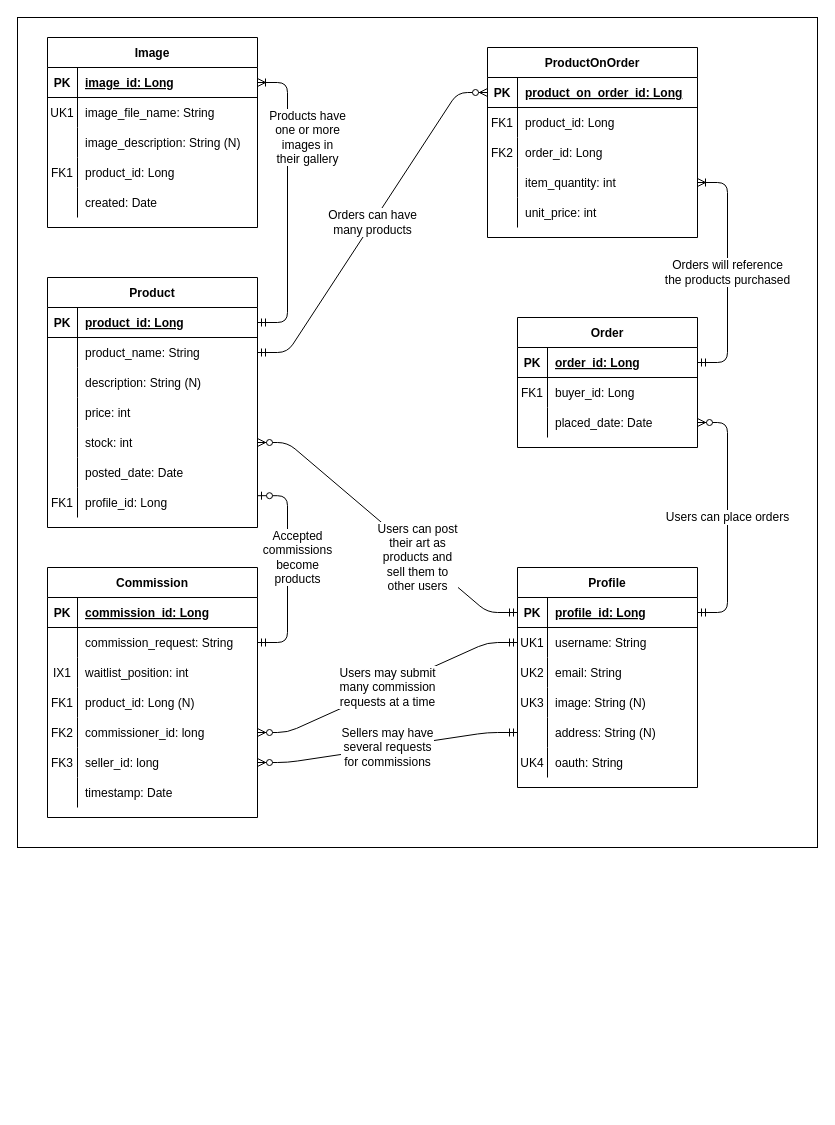
Before: docs/work/erd.drawio in albuquirky/albuquirky.github.io, a draw.io diagram. Source tidied: cells renumbered, new cells numbered last; positions are measured from the earlier drawing's top-left corner, leaving out a move shared by most shapes. Both pictures are drawn from the tidied source at 100%, with x=0, y=0 at pixel (17, 17).
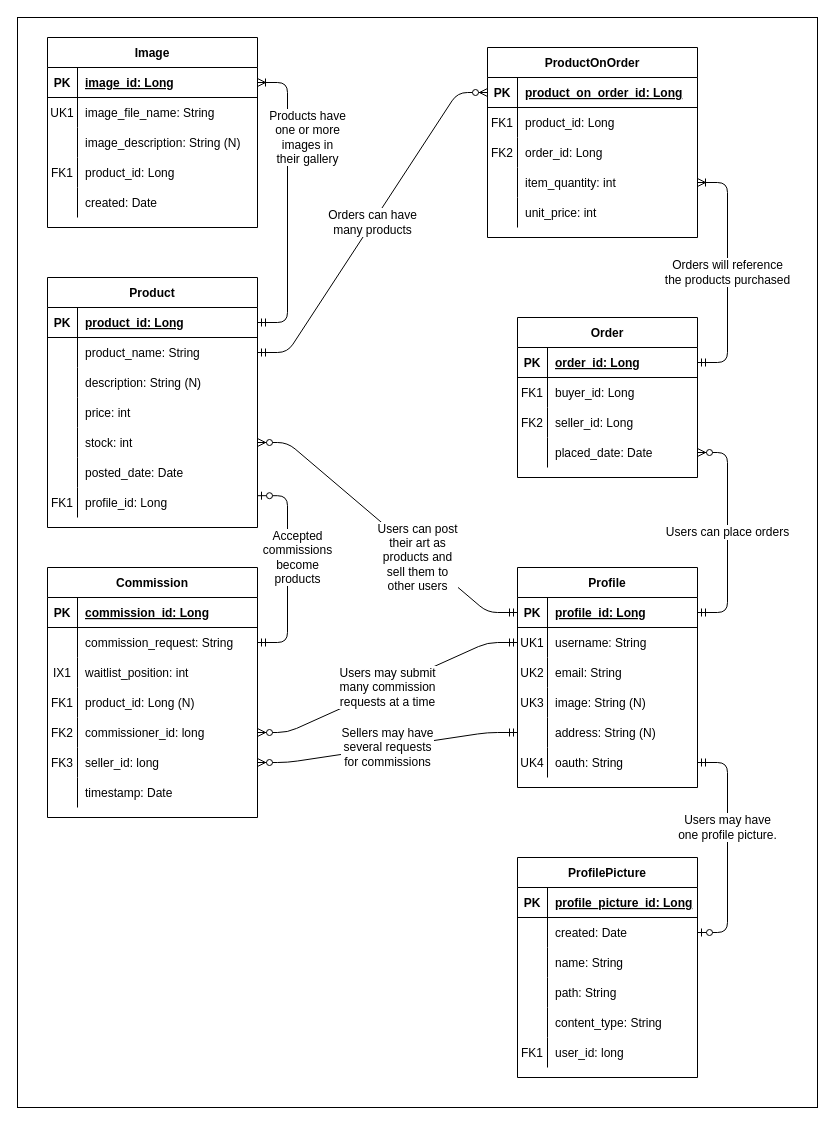
The same page after the edit.

Unchanged cells that the change refers to:
```xml
<mxCell id="49" style="shape=partialRectangle;fillColor=none;top=0;left=0;bottom=0;right=0;points=[[0,0.5],[1,0.5]];portConstraint=eastwest;" parent="33" vertex="1">
  <mxGeometry y="180" width="180" height="30" as="geometry" />
</mxCell>
```

Change to the diagram source:
```diff
@@
     <mxCell id="2" style="rounded=0;whiteSpace=wrap;html=1;" parent="1" vertex="1">
-      <mxGeometry width="800" height="830" as="geometry" />
+      <mxGeometry width="800" height="1090" as="geometry" />
     </mxCell>
@@
     <mxCell id="23" value="Order" style="shape=table;startSize=30;childLayout=tableLayout;rowLines=0;fontStyle=1;align=center;" parent="1" vertex="1">
-      <mxGeometry x="500" y="300" width="180" height="130" as="geometry" />
+      <mxGeometry x="500" y="300" width="180" height="160" as="geometry" />
     </mxCell>
@@
+    <mxCell id="116" style="shape=partialRectangle;fillColor=none;top=0;left=0;bottom=0;right=0;" parent="23" vertex="1">
+      <mxGeometry y="90" width="180" height="30" as="geometry" />
+    </mxCell>
+    <mxCell id="117" value="FK2" style="shape=partialRectangle;fillColor=none;top=0;left=0;bottom=0;right=0;overflow=hidden;" parent="116" vertex="1">
+      <mxGeometry width="30" height="30" as="geometry" />
+    </mxCell>
+    <mxCell id="118" value="seller_id: Long" style="shape=partialRectangle;fillColor=none;top=0;left=0;bottom=0;right=0;align=left;spacingLeft=6;overflow=hidden;" parent="116" vertex="1">
+      <mxGeometry x="30" width="150" height="30" as="geometry" />
+    </mxCell>
     <mxCell id="30" style="shape=partialRectangle;fillColor=none;top=0;left=0;bottom=0;right=0;points=[[0,0.5],[1,0.5]];portConstraint=eastwest;" parent="23" vertex="1">
-      <mxGeometry y="90" width="180" height="30" as="geometry" />
+      <mxGeometry y="120" width="180" height="30" as="geometry" />
     </mxCell>
@@
+    <mxCell id="119" value="ProfilePicture" style="shape=table;startSize=30;childLayout=tableLayout;rowLines=0;fontStyle=1;align=center;" parent="1" vertex="1">
+      <mxGeometry x="500" y="840" width="180" height="220" as="geometry" />
+    </mxCell>
+    <mxCell id="120" style="shape=partialRectangle;fillColor=none;top=0;left=0;bottom=1;right=0;" parent="119" vertex="1">
+      <mxGeometry y="30" width="180" height="30" as="geometry" />
+    </mxCell>
+    <mxCell id="121" value="PK" style="shape=partialRectangle;fillColor=none;top=0;left=0;bottom=0;right=0;fontStyle=1;overflow=hidden;" parent="120" vertex="1">
+      <mxGeometry width="30" height="30" as="geometry" />
+    </mxCell>
+    <mxCell id="122" value="profile_picture_id: Long" style="shape=partialRectangle;fillColor=none;top=0;left=0;bottom=0;right=0;align=left;spacingLeft=6;fontStyle=5;overflow=hidden;" parent="120" vertex="1">
+      <mxGeometry x="30" width="150" height="30" as="geometry" />
+    </mxCell>
+    <mxCell id="123" style="shape=partialRectangle;fillColor=none;top=0;left=0;bottom=0;right=0;points=[[0,0.5],[1,0.5]];portConstraint=eastwest;" parent="119" vertex="1">
+      <mxGeometry y="60" width="180" height="30" as="geometry" />
+    </mxCell>
+    <mxCell id="124" style="shape=partialRectangle;fillColor=none;top=0;left=0;bottom=0;right=0;overflow=hidden;" parent="123" vertex="1">
+      <mxGeometry width="30" height="30" as="geometry" />
+    </mxCell>
+    <mxCell id="125" value="created: Date" style="shape=partialRectangle;fillColor=none;top=0;left=0;bottom=0;right=0;align=left;spacingLeft=6;overflow=hidden;" parent="123" vertex="1">
+      <mxGeometry x="30" width="150" height="30" as="geometry" />
+    </mxCell>
+    <mxCell id="126" style="shape=partialRectangle;fillColor=none;top=0;left=0;bottom=0;right=0;" parent="119" vertex="1">
+      <mxGeometry y="90" width="180" height="30" as="geometry" />
+    </mxCell>
+    <mxCell id="127" style="shape=partialRectangle;fillColor=none;top=0;left=0;bottom=0;right=0;overflow=hidden;" parent="126" vertex="1">
+      <mxGeometry width="30" height="30" as="geometry" />
+    </mxCell>
+    <mxCell id="128" value="name: String" style="shape=partialRectangle;fillColor=none;top=0;left=0;bottom=0;right=0;align=left;spacingLeft=6;overflow=hidden;" parent="126" vertex="1">
+      <mxGeometry x="30" width="150" height="30" as="geometry" />
+    </mxCell>
+    <mxCell id="129" style="shape=partialRectangle;fillColor=none;top=0;left=0;bottom=0;right=0;" parent="119" vertex="1">
+      <mxGeometry y="120" width="180" height="30" as="geometry" />
+    </mxCell>
+    <mxCell id="130" style="shape=partialRectangle;fillColor=none;top=0;left=0;bottom=0;right=0;overflow=hidden;" parent="129" vertex="1">
+      <mxGeometry width="30" height="30" as="geometry" />
+    </mxCell>
+    <mxCell id="131" value="path: String" style="shape=partialRectangle;fillColor=none;top=0;left=0;bottom=0;right=0;align=left;spacingLeft=6;overflow=hidden;" parent="129" vertex="1">
+      <mxGeometry x="30" width="150" height="30" as="geometry" />
+    </mxCell>
+    <mxCell id="132" style="shape=partialRectangle;fillColor=none;top=0;left=0;bottom=0;right=0;" parent="119" vertex="1">
+      <mxGeometry y="150" width="180" height="30" as="geometry" />
+    </mxCell>
+    <mxCell id="133" style="shape=partialRectangle;fillColor=none;top=0;left=0;bottom=0;right=0;overflow=hidden;" parent="132" vertex="1">
+      <mxGeometry width="30" height="30" as="geometry" />
+    </mxCell>
+    <mxCell id="134" value="content_type: String" style="shape=partialRectangle;fillColor=none;top=0;left=0;bottom=0;right=0;align=left;spacingLeft=6;overflow=hidden;" parent="132" vertex="1">
+      <mxGeometry x="30" width="150" height="30" as="geometry" />
+    </mxCell>
+    <mxCell id="135" style="shape=partialRectangle;fillColor=none;top=0;left=0;bottom=0;right=0;" parent="119" vertex="1">
+      <mxGeometry y="180" width="180" height="30" as="geometry" />
+    </mxCell>
+    <mxCell id="136" value="FK1" style="shape=partialRectangle;fillColor=none;top=0;left=0;bottom=0;right=0;overflow=hidden;" parent="135" vertex="1">
+      <mxGeometry width="30" height="30" as="geometry" />
+    </mxCell>
+    <mxCell id="137" value="user_id: long" style="shape=partialRectangle;fillColor=none;top=0;left=0;bottom=0;right=0;align=left;spacingLeft=6;overflow=hidden;" parent="135" vertex="1">
+      <mxGeometry x="30" width="150" height="30" as="geometry" />
+    </mxCell>
+    <mxCell id="138" value="Users may have&lt;br&gt;one profile picture." style="edgeStyle=entityRelationEdgeStyle;fontSize=12;html=1;endArrow=ERzeroToOne;startArrow=ERmandOne;exitX=1;exitY=0.5;exitDx=0;exitDy=0;entryX=1;entryY=0.5;entryDx=0;entryDy=0;" parent="1" edge="1" source="49" target="123">
+      <mxGeometry x="-0.17" relative="1" as="geometry" />
+    </mxCell>
```
